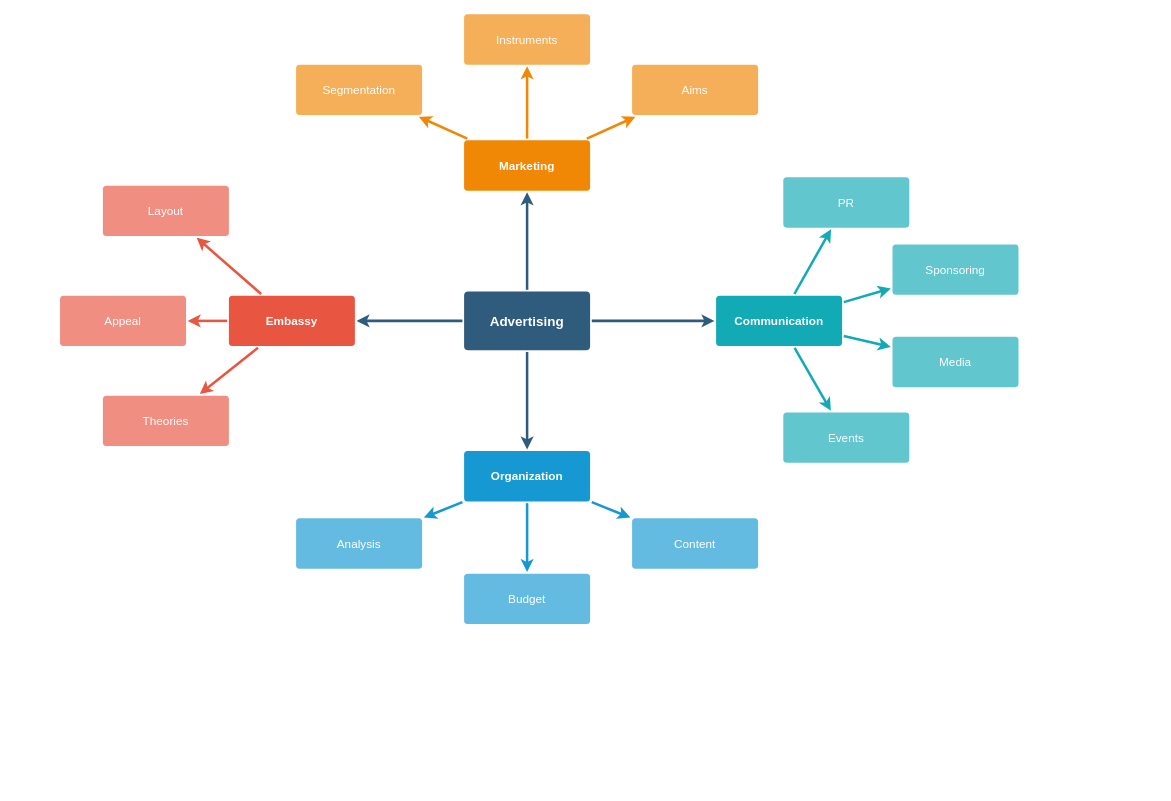
The draw.io diagram diagramas/mapa_mental.drawio in EmersonDantas/mestrado_diagrams, before the edit. Source tidied: cells renumbered, new cells numbered last; positions are measured from the earlier drawing's top-left corner, leaving out a move shared by most shapes. Both pictures are drawn from the tidied source at 84%, with x=0, y=0 at pixel (60, 13).
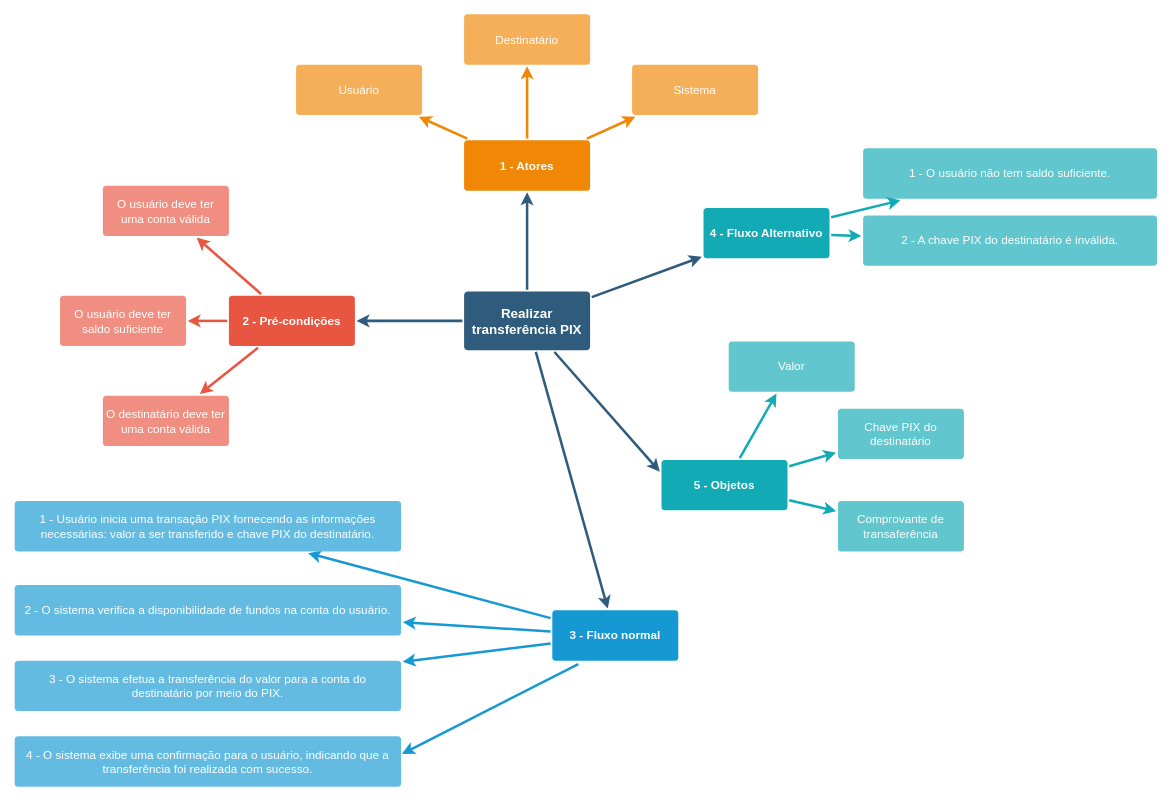
After the change.

Change to the diagram source:
```diff
@@
-    <mxCell id="6" value="Advertising" style="rounded=1;whiteSpace=wrap;html=1;shadow=0;labelBackgroundColor=none;strokeColor=none;strokeWidth=3;fillColor=#2F5B7C;fontFamily=Helvetica;fontSize=16;fontColor=#FFFFFF;align=center;fontStyle=1;spacing=5;arcSize=7;perimeterSpacing=2;" parent="1" vertex="1">
+    <mxCell id="6" value="Realizar transferência PIX" style="rounded=1;whiteSpace=wrap;html=1;shadow=0;labelBackgroundColor=none;strokeColor=none;strokeWidth=3;fillColor=#2F5B7C;fontFamily=Helvetica;fontSize=16;fontColor=#FFFFFF;align=center;fontStyle=1;spacing=5;arcSize=7;perimeterSpacing=2;" parent="1" vertex="1">
       <mxGeometry x="481" y="330.5" width="150" height="70" as="geometry" />
     </mxCell>
@@
-    <mxCell id="10" value="Embassy" style="rounded=1;whiteSpace=wrap;html=1;shadow=0;labelBackgroundColor=none;strokeColor=none;strokeWidth=3;fillColor=#e85642;fontFamily=Helvetica;fontSize=14;fontColor=#FFFFFF;align=center;spacing=5;fontStyle=1;arcSize=7;perimeterSpacing=2;" parent="1" vertex="1">
+    <mxCell id="10" value="2 - Pré-condições" style="rounded=1;whiteSpace=wrap;html=1;shadow=0;labelBackgroundColor=none;strokeColor=none;strokeWidth=3;fillColor=#e85642;fontFamily=Helvetica;fontSize=14;fontColor=#FFFFFF;align=center;spacing=5;fontStyle=1;arcSize=7;perimeterSpacing=2;" parent="1" vertex="1">
       <mxGeometry x="201" y="335.5" width="150" height="60" as="geometry" />
     </mxCell>
-    <mxCell id="11" value="Theories" style="rounded=1;whiteSpace=wrap;html=1;shadow=0;labelBackgroundColor=none;strokeColor=none;strokeWidth=3;fillColor=#f08e81;fontFamily=Helvetica;fontSize=14;fontColor=#FFFFFF;align=center;spacing=5;fontStyle=0;arcSize=7;perimeterSpacing=2;" parent="1" vertex="1">
+    <mxCell id="11" value="O destinatário deve ter uma conta válida" style="rounded=1;whiteSpace=wrap;html=1;shadow=0;labelBackgroundColor=none;strokeColor=none;strokeWidth=3;fillColor=#f08e81;fontFamily=Helvetica;fontSize=14;fontColor=#FFFFFF;align=center;spacing=5;fontStyle=0;arcSize=7;perimeterSpacing=2;" parent="1" vertex="1">
       <mxGeometry x="51" y="454.5" width="150" height="60" as="geometry" />
     </mxCell>
-    <mxCell id="12" value="Appeal" style="rounded=1;whiteSpace=wrap;html=1;shadow=0;labelBackgroundColor=none;strokeColor=none;strokeWidth=3;fillColor=#f08e81;fontFamily=Helvetica;fontSize=14;fontColor=#FFFFFF;align=center;spacing=5;fontStyle=0;arcSize=7;perimeterSpacing=2;" parent="1" vertex="1">
+    <mxCell id="12" value="O usuário deve ter saldo suficiente" style="rounded=1;whiteSpace=wrap;html=1;shadow=0;labelBackgroundColor=none;strokeColor=none;strokeWidth=3;fillColor=#f08e81;fontFamily=Helvetica;fontSize=14;fontColor=#FFFFFF;align=center;spacing=5;fontStyle=0;arcSize=7;perimeterSpacing=2;" parent="1" vertex="1">
       <mxGeometry y="335.5" width="150" height="60" as="geometry" />
     </mxCell>
-    <mxCell id="13" value="Layout" style="rounded=1;whiteSpace=wrap;html=1;shadow=0;labelBackgroundColor=none;strokeColor=none;strokeWidth=3;fillColor=#f08e81;fontFamily=Helvetica;fontSize=14;fontColor=#FFFFFF;align=center;spacing=5;fontStyle=0;arcSize=7;perimeterSpacing=2;" parent="1" vertex="1">
+    <mxCell id="13" value="O usuário deve ter uma conta válida" style="rounded=1;whiteSpace=wrap;html=1;shadow=0;labelBackgroundColor=none;strokeColor=none;strokeWidth=3;fillColor=#f08e81;fontFamily=Helvetica;fontSize=14;fontColor=#FFFFFF;align=center;spacing=5;fontStyle=0;arcSize=7;perimeterSpacing=2;" parent="1" vertex="1">
       <mxGeometry x="51" y="204.5" width="150" height="60" as="geometry" />
     </mxCell>
@@
-    <mxCell id="17" value="Organization" style="rounded=1;whiteSpace=wrap;html=1;shadow=0;labelBackgroundColor=none;strokeColor=none;strokeWidth=3;fillColor=#1699d3;fontFamily=Helvetica;fontSize=14;fontColor=#FFFFFF;align=center;spacing=5;fontStyle=1;arcSize=7;perimeterSpacing=2;" parent="1" vertex="1">
-      <mxGeometry x="481" y="520.5" width="150" height="60" as="geometry" />
+    <mxCell id="17" value="3 - Fluxo normal" style="rounded=1;whiteSpace=wrap;html=1;shadow=0;labelBackgroundColor=none;strokeColor=none;strokeWidth=3;fillColor=#1699d3;fontFamily=Helvetica;fontSize=14;fontColor=#FFFFFF;align=center;spacing=5;fontStyle=1;arcSize=7;perimeterSpacing=2;" parent="1" vertex="1">
+      <mxGeometry x="586" y="710" width="150" height="60" as="geometry" />
     </mxCell>
-    <mxCell id="18" value="Content" style="rounded=1;whiteSpace=wrap;html=1;shadow=0;labelBackgroundColor=none;strokeColor=none;strokeWidth=3;fillColor=#64bbe2;fontFamily=Helvetica;fontSize=14;fontColor=#FFFFFF;align=center;spacing=5;arcSize=7;perimeterSpacing=2;" parent="1" vertex="1">
-      <mxGeometry x="681" y="600.5" width="150" height="60" as="geometry" />
+    <mxCell id="18" value="3 - O sistema efetua a transferência do valor para a conta do destinatário por meio do PIX." style="rounded=1;whiteSpace=wrap;html=1;shadow=0;labelBackgroundColor=none;strokeColor=none;strokeWidth=3;fillColor=#64bbe2;fontFamily=Helvetica;fontSize=14;fontColor=#FFFFFF;align=center;spacing=5;arcSize=7;perimeterSpacing=2;" parent="1" vertex="1">
+      <mxGeometry x="-54" y="770" width="460" height="60" as="geometry" />
     </mxCell>
-    <mxCell id="19" value="Budget" style="rounded=1;whiteSpace=wrap;html=1;shadow=0;labelBackgroundColor=none;strokeColor=none;strokeWidth=3;fillColor=#64bbe2;fontFamily=Helvetica;fontSize=14;fontColor=#FFFFFF;align=center;spacing=5;arcSize=7;perimeterSpacing=2;" parent="1" vertex="1">
-      <mxGeometry x="481" y="666.5" width="150" height="60" as="geometry" />
+    <mxCell id="19" value="2 - O sistema verifica a disponibilidade de fundos na conta do usuário." style="rounded=1;whiteSpace=wrap;html=1;shadow=0;labelBackgroundColor=none;strokeColor=none;strokeWidth=3;fillColor=#64bbe2;fontFamily=Helvetica;fontSize=14;fontColor=#FFFFFF;align=center;spacing=5;arcSize=7;perimeterSpacing=2;" parent="1" vertex="1">
+      <mxGeometry x="-54" y="680" width="460" height="60" as="geometry" />
     </mxCell>
-    <mxCell id="20" value="Analysis" style="rounded=1;whiteSpace=wrap;html=1;shadow=0;labelBackgroundColor=none;strokeColor=none;strokeWidth=3;fillColor=#64bbe2;fontFamily=Helvetica;fontSize=14;fontColor=#FFFFFF;align=center;spacing=5;arcSize=7;perimeterSpacing=2;" parent="1" vertex="1">
-      <mxGeometry x="281" y="600.5" width="150" height="60" as="geometry" />
+    <mxCell id="20" value="1 - Usuário inicia uma transação PIX fornecendo as informações necessárias: valor a ser transferido e chave PIX do destinatário." style="rounded=1;whiteSpace=wrap;html=1;shadow=0;labelBackgroundColor=none;strokeColor=none;strokeWidth=3;fillColor=#64bbe2;fontFamily=Helvetica;fontSize=14;fontColor=#FFFFFF;align=center;spacing=5;arcSize=7;perimeterSpacing=2;" parent="1" vertex="1">
+      <mxGeometry x="-54" y="580" width="460" height="60" as="geometry" />
     </mxCell>
-    <mxCell id="21" value="Marketing" style="rounded=1;whiteSpace=wrap;html=1;shadow=0;labelBackgroundColor=none;strokeColor=none;strokeWidth=3;fillColor=#F08705;fontFamily=Helvetica;fontSize=14;fontColor=#FFFFFF;align=center;spacing=5;fontStyle=1;arcSize=7;perimeterSpacing=2;" parent="1" vertex="1">
+    <mxCell id="21" value="1 - Atores" style="rounded=1;whiteSpace=wrap;html=1;shadow=0;labelBackgroundColor=none;strokeColor=none;strokeWidth=3;fillColor=#F08705;fontFamily=Helvetica;fontSize=14;fontColor=#FFFFFF;align=center;spacing=5;fontStyle=1;arcSize=7;perimeterSpacing=2;" parent="1" vertex="1">
       <mxGeometry x="481" y="150.5" width="150" height="60" as="geometry" />
     </mxCell>
-    <mxCell id="22" value="Aims&lt;br&gt;" style="rounded=1;whiteSpace=wrap;html=1;shadow=0;labelBackgroundColor=none;strokeColor=none;strokeWidth=3;fillColor=#f5af58;fontFamily=Helvetica;fontSize=14;fontColor=#FFFFFF;align=center;spacing=5;arcSize=7;perimeterSpacing=2;" parent="1" vertex="1">
+    <mxCell id="22" value="Sistema" style="rounded=1;whiteSpace=wrap;html=1;shadow=0;labelBackgroundColor=none;strokeColor=none;strokeWidth=3;fillColor=#f5af58;fontFamily=Helvetica;fontSize=14;fontColor=#FFFFFF;align=center;spacing=5;arcSize=7;perimeterSpacing=2;" parent="1" vertex="1">
       <mxGeometry x="681" y="60.5" width="150" height="60" as="geometry" />
     </mxCell>
@@
-    <mxCell id="24" value="Instruments" style="rounded=1;whiteSpace=wrap;html=1;shadow=0;labelBackgroundColor=none;strokeColor=none;strokeWidth=3;fillColor=#f5af58;fontFamily=Helvetica;fontSize=14;fontColor=#FFFFFF;align=center;spacing=5;arcSize=7;perimeterSpacing=2;" parent="1" vertex="1">
+    <mxCell id="24" value="Destinatário" style="rounded=1;whiteSpace=wrap;html=1;shadow=0;labelBackgroundColor=none;strokeColor=none;strokeWidth=3;fillColor=#f5af58;fontFamily=Helvetica;fontSize=14;fontColor=#FFFFFF;align=center;spacing=5;arcSize=7;perimeterSpacing=2;" parent="1" vertex="1">
       <mxGeometry x="481" y="0.5" width="150" height="60" as="geometry" />
     </mxCell>
@@
-    <mxCell id="26" value="Segmentation" style="rounded=1;whiteSpace=wrap;html=1;shadow=0;labelBackgroundColor=none;strokeColor=none;strokeWidth=3;fillColor=#f5af58;fontFamily=Helvetica;fontSize=14;fontColor=#FFFFFF;align=center;spacing=5;arcSize=7;perimeterSpacing=2;" parent="1" vertex="1">
+    <mxCell id="26" value="Usuário" style="rounded=1;whiteSpace=wrap;html=1;shadow=0;labelBackgroundColor=none;strokeColor=none;strokeWidth=3;fillColor=#f5af58;fontFamily=Helvetica;fontSize=14;fontColor=#FFFFFF;align=center;spacing=5;arcSize=7;perimeterSpacing=2;" parent="1" vertex="1">
       <mxGeometry x="281" y="60.5" width="150" height="60" as="geometry" />
     </mxCell>
@@
-    <mxCell id="28" value="Communication" style="rounded=1;whiteSpace=wrap;html=1;shadow=0;labelBackgroundColor=none;strokeColor=none;strokeWidth=3;fillColor=#12aab5;fontFamily=Helvetica;fontSize=14;fontColor=#FFFFFF;align=center;spacing=5;fontStyle=1;arcSize=7;perimeterSpacing=2;" parent="1" vertex="1">
-      <mxGeometry x="781" y="335.5" width="150" height="60" as="geometry" />
+    <mxCell id="28" value="4 - Fluxo Alternativo" style="rounded=1;whiteSpace=wrap;html=1;shadow=0;labelBackgroundColor=none;strokeColor=none;strokeWidth=3;fillColor=#12aab5;fontFamily=Helvetica;fontSize=14;fontColor=#FFFFFF;align=center;spacing=5;fontStyle=1;arcSize=7;perimeterSpacing=2;" parent="1" vertex="1">
+      <mxGeometry x="766" y="231" width="150" height="60" as="geometry" />
     </mxCell>
-    <mxCell id="29" value="Events" style="rounded=1;whiteSpace=wrap;html=1;shadow=0;labelBackgroundColor=none;strokeColor=none;strokeWidth=3;fillColor=#61c6ce;fontFamily=Helvetica;fontSize=14;fontColor=#FFFFFF;align=center;spacing=5;fontStyle=0;arcSize=7;perimeterSpacing=2;" parent="1" vertex="1">
-      <mxGeometry x="861" y="474.5" width="150" height="60" as="geometry" />
-    </mxCell>
-    <mxCell id="30" style="edgeStyle=none;rounded=1;jumpStyle=none;html=1;shadow=0;labelBackgroundColor=none;startArrow=none;startFill=0;jettySize=auto;strokeColor=#12AAB5;strokeWidth=3;fontFamily=Helvetica;fontSize=14;fontColor=#FFFFFF;spacing=5;fontStyle=1;fillColor=#b0e3e6;" parent="1" edge="1" source="28" target="29">
-      <mxGeometry relative="1" as="geometry" />
-    </mxCell>
-    <mxCell id="31" value="Media" style="rounded=1;whiteSpace=wrap;html=1;shadow=0;labelBackgroundColor=none;strokeColor=none;strokeWidth=3;fillColor=#61c6ce;fontFamily=Helvetica;fontSize=14;fontColor=#FFFFFF;align=center;spacing=5;fontStyle=0;arcSize=7;perimeterSpacing=2;" parent="1" vertex="1">
-      <mxGeometry x="991" y="384.5" width="150" height="60" as="geometry" />
-    </mxCell>
-    <mxCell id="32" style="edgeStyle=none;rounded=1;jumpStyle=none;html=1;shadow=0;labelBackgroundColor=none;startArrow=none;startFill=0;jettySize=auto;strokeColor=#12AAB5;strokeWidth=3;fontFamily=Helvetica;fontSize=14;fontColor=#FFFFFF;spacing=5;fontStyle=1;fillColor=#b0e3e6;" parent="1" edge="1" source="28" target="31">
-      <mxGeometry relative="1" as="geometry" />
-    </mxCell>
-    <mxCell id="33" value="Sponsoring" style="rounded=1;whiteSpace=wrap;html=1;shadow=0;labelBackgroundColor=none;strokeColor=none;strokeWidth=3;fillColor=#61c6ce;fontFamily=Helvetica;fontSize=14;fontColor=#FFFFFF;align=center;spacing=5;fontStyle=0;arcSize=7;perimeterSpacing=2;" parent="1" vertex="1">
-      <mxGeometry x="991" y="274.5" width="150" height="60" as="geometry" />
+    <mxCell id="33" value="&lt;div&gt;2 - A chave PIX do destinatário é inválida.&lt;/div&gt;" style="rounded=1;whiteSpace=wrap;html=1;shadow=0;labelBackgroundColor=none;strokeColor=none;strokeWidth=3;fillColor=#61c6ce;fontFamily=Helvetica;fontSize=14;fontColor=#FFFFFF;align=center;spacing=5;fontStyle=0;arcSize=7;perimeterSpacing=2;" parent="1" vertex="1">
+      <mxGeometry x="956" y="240" width="350" height="60" as="geometry" />
     </mxCell>
@@
-    <mxCell id="35" value="PR" style="rounded=1;whiteSpace=wrap;html=1;shadow=0;labelBackgroundColor=none;strokeColor=none;strokeWidth=3;fillColor=#61c6ce;fontFamily=Helvetica;fontSize=14;fontColor=#FFFFFF;align=center;spacing=5;fontStyle=0;arcSize=7;perimeterSpacing=2;" parent="1" vertex="1">
-      <mxGeometry x="861" y="194.5" width="150" height="60" as="geometry" />
+    <mxCell id="35" value="1 - O usuário não tem saldo suficiente." style="rounded=1;whiteSpace=wrap;html=1;shadow=0;labelBackgroundColor=none;strokeColor=none;strokeWidth=3;fillColor=#61c6ce;fontFamily=Helvetica;fontSize=14;fontColor=#FFFFFF;align=center;spacing=5;fontStyle=0;arcSize=7;perimeterSpacing=2;" parent="1" vertex="1">
+      <mxGeometry x="956" y="160" width="350" height="60" as="geometry" />
     </mxCell>
@@
+    <mxCell id="37" value="5 - Objetos" style="rounded=1;whiteSpace=wrap;html=1;shadow=0;labelBackgroundColor=none;strokeColor=none;strokeWidth=3;fillColor=#12aab5;fontFamily=Helvetica;fontSize=14;fontColor=#FFFFFF;align=center;spacing=5;fontStyle=1;arcSize=7;perimeterSpacing=2;" parent="1" vertex="1">
+      <mxGeometry x="716" y="531" width="150" height="60" as="geometry" />
+    </mxCell>
+    <mxCell id="38" value="Comprovante de transaferência" style="rounded=1;whiteSpace=wrap;html=1;shadow=0;labelBackgroundColor=none;strokeColor=none;strokeWidth=3;fillColor=#61c6ce;fontFamily=Helvetica;fontSize=14;fontColor=#FFFFFF;align=center;spacing=5;fontStyle=0;arcSize=7;perimeterSpacing=2;" parent="1" vertex="1">
+      <mxGeometry x="926" y="580" width="150" height="60" as="geometry" />
+    </mxCell>
+    <mxCell id="39" style="edgeStyle=none;rounded=1;jumpStyle=none;html=1;shadow=0;labelBackgroundColor=none;startArrow=none;startFill=0;jettySize=auto;strokeColor=#12AAB5;strokeWidth=3;fontFamily=Helvetica;fontSize=14;fontColor=#FFFFFF;spacing=5;fontStyle=1;fillColor=#b0e3e6;" parent="1" edge="1" source="37" target="38">
+      <mxGeometry relative="1" as="geometry" />
+    </mxCell>
+    <mxCell id="40" value="Chave PIX do destinatário" style="rounded=1;whiteSpace=wrap;html=1;shadow=0;labelBackgroundColor=none;strokeColor=none;strokeWidth=3;fillColor=#61c6ce;fontFamily=Helvetica;fontSize=14;fontColor=#FFFFFF;align=center;spacing=5;fontStyle=0;arcSize=7;perimeterSpacing=2;" parent="1" vertex="1">
+      <mxGeometry x="926" y="470" width="150" height="60" as="geometry" />
+    </mxCell>
+    <mxCell id="41" style="edgeStyle=none;rounded=1;jumpStyle=none;html=1;shadow=0;labelBackgroundColor=none;startArrow=none;startFill=0;jettySize=auto;strokeColor=#12AAB5;strokeWidth=3;fontFamily=Helvetica;fontSize=14;fontColor=#FFFFFF;spacing=5;fontStyle=1;fillColor=#b0e3e6;" parent="1" edge="1" source="37" target="40">
+      <mxGeometry relative="1" as="geometry" />
+    </mxCell>
+    <mxCell id="42" value="Valor" style="rounded=1;whiteSpace=wrap;html=1;shadow=0;labelBackgroundColor=none;strokeColor=none;strokeWidth=3;fillColor=#61c6ce;fontFamily=Helvetica;fontSize=14;fontColor=#FFFFFF;align=center;spacing=5;fontStyle=0;arcSize=7;perimeterSpacing=2;" parent="1" vertex="1">
+      <mxGeometry x="796" y="390" width="150" height="60" as="geometry" />
+    </mxCell>
+    <mxCell id="43" style="edgeStyle=none;rounded=1;jumpStyle=none;html=1;shadow=0;labelBackgroundColor=none;startArrow=none;startFill=0;jettySize=auto;strokeColor=#12AAB5;strokeWidth=3;fontFamily=Helvetica;fontSize=14;fontColor=#FFFFFF;spacing=5;fontStyle=1;fillColor=#b0e3e6;" parent="1" edge="1" source="37" target="42">
+      <mxGeometry relative="1" as="geometry" />
+    </mxCell>
+    <mxCell id="44" style="edgeStyle=none;rounded=0;jumpStyle=none;html=1;shadow=0;labelBackgroundColor=none;startArrow=none;startFill=0;endArrow=classic;endFill=1;jettySize=auto;strokeColor=#2F5B7C;strokeWidth=3;fontFamily=Helvetica;fontSize=16;fontColor=#23445D;spacing=5;entryX=0;entryY=0.25;entryDx=0;entryDy=0;" parent="1" edge="1" source="6" target="37">
+      <mxGeometry relative="1" as="geometry" />
+    </mxCell>
+    <mxCell id="45" value="4 -&amp;nbsp;O sistema exibe uma confirmação para o usuário, indicando que a transferência foi realizada com sucesso." style="rounded=1;whiteSpace=wrap;html=1;shadow=0;labelBackgroundColor=none;strokeColor=none;strokeWidth=3;fillColor=#64bbe2;fontFamily=Helvetica;fontSize=14;fontColor=#FFFFFF;align=center;spacing=5;arcSize=7;perimeterSpacing=2;" parent="1" vertex="1">
+      <mxGeometry x="-54" y="860" width="460" height="60" as="geometry" />
+    </mxCell>
+    <mxCell id="46" style="edgeStyle=none;rounded=0;jumpStyle=none;html=1;shadow=0;labelBackgroundColor=none;startArrow=none;startFill=0;endArrow=classic;endFill=1;jettySize=auto;strokeColor=#1699D3;strokeWidth=3;fontFamily=Helvetica;fontSize=14;fontColor=#FFFFFF;spacing=5;exitX=0.214;exitY=1.031;exitDx=0;exitDy=0;exitPerimeter=0;entryX=0.998;entryY=0.359;entryDx=0;entryDy=0;entryPerimeter=0;" parent="1" edge="1" source="17" target="45">
+      <mxGeometry relative="1" as="geometry" />
+    </mxCell>
```
